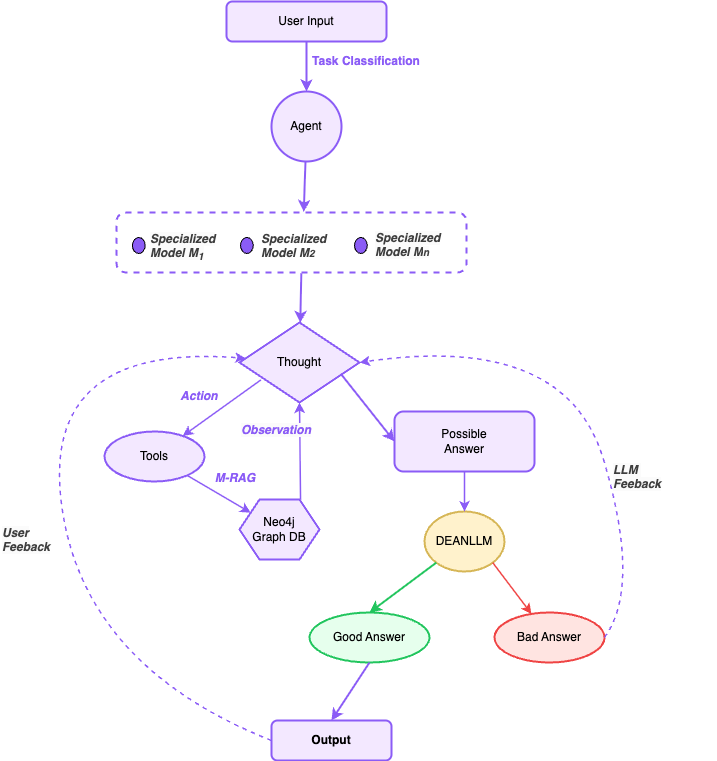
Earlier version of the draw.io export workflow.png (SALT-Lab-Human-AI/project-check-point-1-aidee). Source tidied: cells renumbered, new cells last; positions are measured from the earlier drawing's top-left corner, leaving out a move shared by most shapes. The source it was exported from:
```xml
<mxGraphModel>
  <root>
    <mxCell id="0" />
    <mxCell id="1" parent="0" />
    <mxCell id="2" value="User Input" style="rounded=1;whiteSpace=wrap;html=1;strokeWidth=2;fillColor=#F3E8FF;strokeColor=#8B5CF6;" parent="1" vertex="1">
      <mxGeometry x="226" width="160" height="40" as="geometry" />
    </mxCell>
    <mxCell id="3" value="&lt;b&gt;Task Classification&lt;/b&gt;" style="text;html=1;strokeColor=none;fillColor=none;align=center;verticalAlign=middle;whiteSpace=wrap;rounded=0;fontColor=#8B5CF6;" parent="1" vertex="1">
      <mxGeometry x="286" y="50" width="160" height="20" as="geometry" />
    </mxCell>
    <mxCell id="4" value="Agent" style="ellipse;whiteSpace=wrap;html=1;strokeWidth=2;fillColor=#F3E8FF;strokeColor=#8B5CF6;" parent="1" vertex="1">
      <mxGeometry x="271" y="90" width="70" height="70" as="geometry" />
    </mxCell>
    <mxCell id="5" style="group;rounded=1;whiteSpace=wrap;html=1;strokeWidth=2;fillColor=none;strokeColor=#8B5CF6;dashed=1;" parent="1" vertex="1">
      <mxGeometry x="116" y="211" width="350" height="60" as="geometry" />
    </mxCell>
    <mxCell id="6" style="ellipse;whiteSpace=wrap;html=1;strokeWidth=1;fillColor=#8B5CF6;" parent="5" vertex="1">
      <mxGeometry x="15.9" y="25" width="12.7" height="16" as="geometry" />
    </mxCell>
    <mxCell id="7" style="ellipse;whiteSpace=wrap;html=1;strokeWidth=1;fillColor=#8B5CF6;" parent="5" vertex="1">
      <mxGeometry x="124" y="25" width="12.7" height="16" as="geometry" />
    </mxCell>
    <mxCell id="8" style="ellipse;whiteSpace=wrap;html=1;strokeWidth=1;fillColor=#8B5CF6;" parent="5" vertex="1">
      <mxGeometry x="238" y="25" width="12.7" height="16" as="geometry" />
    </mxCell>
    <mxCell id="9" value="&lt;span style=&quot;forced-color-adjust: none; color: rgb(139, 92, 246); scrollbar-color: rgb(226, 226, 226) rgb(251, 251, 251); font-family: Helvetica; font-size: 12px; font-variant-ligatures: normal; font-variant-caps: normal; font-weight: 400; letter-spacing: normal; orphans: 2; text-indent: 0px; text-transform: none; widows: 2; word-spacing: 0px; -webkit-text-stroke-width: 0px; white-space: normal; text-decoration-thickness: initial; text-decoration-style: initial; text-decoration-color: initial; font-style: italic; text-align: center; background-color: rgb(251, 251, 251); float: none; display: inline !important;&quot;&gt;&lt;b style=&quot;forced-color-adjust: none; color: rgb(63, 63, 63); scrollbar-color: rgb(226, 226, 226) rgb(251, 251, 251);&quot;&gt;Specialized Model M&lt;sub&gt;1&lt;/sub&gt;&lt;/b&gt;&lt;/span&gt;" style="text;whiteSpace=wrap;html=1;" parent="5" vertex="1">
      <mxGeometry x="31.8" y="13" width="79.5" height="40" as="geometry" />
    </mxCell>
    <mxCell id="10" value="&lt;b style=&quot;forced-color-adjust: none; color: rgb(63, 63, 63); scrollbar-color: rgb(226, 226, 226) rgb(251, 251, 251); font-family: Helvetica; font-size: 12px; font-style: italic; font-variant-ligatures: normal; font-variant-caps: normal; letter-spacing: normal; orphans: 2; text-align: center; text-indent: 0px; text-transform: none; widows: 2; word-spacing: 0px; -webkit-text-stroke-width: 0px; white-space: normal; text-decoration-thickness: initial; text-decoration-style: initial; text-decoration-color: initial;&quot;&gt;Specialized Model M&lt;/b&gt;&lt;b style=&quot;forced-color-adjust: none; color: rgb(63, 63, 63); scrollbar-color: rgb(226, 226, 226) rgb(251, 251, 251); font-family: Helvetica; font-style: italic; font-variant-ligatures: normal; font-variant-caps: normal; letter-spacing: normal; orphans: 2; text-align: center; text-indent: 0px; text-transform: none; widows: 2; word-spacing: 0px; -webkit-text-stroke-width: 0px; white-space: normal; text-decoration-thickness: initial; text-decoration-style: initial; text-decoration-color: initial; font-size: 10px;&quot;&gt;2&lt;/b&gt;" style="text;whiteSpace=wrap;html=1;" parent="5" vertex="1">
      <mxGeometry x="143.2" y="13" width="59.7" height="40" as="geometry" />
    </mxCell>
    <mxCell id="11" value="&lt;b style=&quot;forced-color-adjust: none; color: light-dark(rgb(63, 63, 63), rgb(183, 183, 183)); scrollbar-color: rgb(226, 226, 226) rgb(251, 251, 251); font-family: Helvetica; font-size: 12px; font-variant-ligatures: normal; font-variant-caps: normal; letter-spacing: normal; orphans: 2; text-indent: 0px; text-transform: none; widows: 2; word-spacing: 0px; -webkit-text-stroke-width: 0px; white-space: normal; background-color: rgb(251, 251, 251); text-decoration-thickness: initial; text-decoration-style: initial; text-decoration-color: initial; font-style: italic; text-align: center;&quot;&gt;Specialized Model M&lt;/b&gt;&lt;b style=&quot;forced-color-adjust: none; color: light-dark(rgb(63, 63, 63), rgb(183, 183, 183)); scrollbar-color: rgb(226, 226, 226) rgb(251, 251, 251); font-family: Helvetica; font-variant-ligatures: normal; font-variant-caps: normal; letter-spacing: normal; orphans: 2; text-indent: 0px; text-transform: none; widows: 2; word-spacing: 0px; -webkit-text-stroke-width: 0px; white-space: normal; background-color: rgb(251, 251, 251); text-decoration-thickness: initial; text-decoration-style: initial; text-decoration-color: initial; font-style: italic; text-align: center; font-size: 10px;&quot;&gt;n&lt;/b&gt;" style="text;whiteSpace=wrap;html=1;" parent="5" vertex="1">
      <mxGeometry x="257" y="12" width="64.6" height="36" as="geometry" />
    </mxCell>
    <mxCell id="12" value="Thought" style="rhombus;whiteSpace=wrap;html=1;strokeWidth=2;fillColor=#F3E8FF;strokeColor=#8B5CF6;" parent="1" vertex="1">
      <mxGeometry x="239" y="321" width="120" height="80" as="geometry" />
    </mxCell>
    <mxCell id="13" value="&lt;b&gt;Action&lt;/b&gt;" style="text;html=1;strokeColor=none;fillColor=none;align=center;verticalAlign=middle;whiteSpace=wrap;rounded=0;fontColor=#8B5CF6;fontStyle=2;" parent="1" vertex="1">
      <mxGeometry x="174" y="385" width="50" height="20" as="geometry" />
    </mxCell>
    <mxCell id="14" value="Tools" style="ellipse;whiteSpace=wrap;html=1;strokeWidth=2;fillColor=#F3E8FF;strokeColor=#8B5CF6;" parent="1" vertex="1">
      <mxGeometry x="104" y="430" width="100" height="50" as="geometry" />
    </mxCell>
    <mxCell id="15" value="Neo4j&#10;Graph DB" style="shape=hexagon;perimeter=hexagonPerimeter2;whiteSpace=wrap;html=1;fixedSize=1;strokeWidth=2;fillColor=#F3E8FF;strokeColor=#8B5CF6;" parent="1" vertex="1">
      <mxGeometry x="239" y="498" width="80" height="60" as="geometry" />
    </mxCell>
    <mxCell id="16" value="Possible&#10;Answer" style="rounded=1;whiteSpace=wrap;html=1;strokeWidth=2;fillColor=#F3E8FF;strokeColor=#8B5CF6;" parent="1" vertex="1">
      <mxGeometry x="394" y="410" width="140" height="60" as="geometry" />
    </mxCell>
    <mxCell id="17" value="DEANLLM" style="ellipse;whiteSpace=wrap;html=1;strokeWidth=2;fillColor=#fff2cc;strokeColor=#d6b656;" parent="1" vertex="1">
      <mxGeometry x="424" y="510" width="80" height="60" as="geometry" />
    </mxCell>
    <mxCell id="18" value="Bad Answer" style="ellipse;whiteSpace=wrap;html=1;strokeWidth=2;fillColor=#FFE4E1;strokeColor=#EF4444;gradientColor=none;shadow=0;" parent="1" vertex="1">
      <mxGeometry x="494" y="611" width="110" height="50" as="geometry" />
    </mxCell>
    <mxCell id="19" value="Good Answer" style="ellipse;whiteSpace=wrap;html=1;strokeWidth=2;fillColor=#E6FFED;strokeColor=#22C55E;" parent="1" vertex="1">
      <mxGeometry x="309" y="611" width="120" height="50" as="geometry" />
    </mxCell>
    <mxCell id="20" value="Output" style="rounded=1;whiteSpace=wrap;html=1;strokeWidth=2;fillColor=#F3E8FF;strokeColor=#8B5CF6;fontStyle=1;" parent="1" vertex="1">
      <mxGeometry x="271" y="719" width="120" height="40" as="geometry" />
    </mxCell>
    <mxCell id="21" style="endArrow=classic;strokeWidth=2;strokeColor=#8B5CF6;" parent="1" edge="1" source="2" target="4">
      <mxGeometry relative="1" as="geometry" />
    </mxCell>
    <mxCell id="22" style="endArrow=classic;strokeWidth=2;strokeColor=#8B5CF6;entryX=0.535;entryY=-0.008;entryDx=0;entryDy=0;entryPerimeter=0;" parent="1" edge="1" source="4" target="5">
      <mxGeometry relative="1" as="geometry" />
    </mxCell>
    <mxCell id="23" style="endArrow=classic;strokeWidth=2;strokeColor=#8B5CF6;exitX=0.528;exitY=1.012;exitDx=0;exitDy=0;exitPerimeter=0;" parent="1" edge="1" source="5" target="12">
      <mxGeometry relative="1" as="geometry" />
    </mxCell>
    <mxCell id="24" style="endArrow=classic;strokeWidth=1.5;strokeColor=#8B5CF6;exitX=0.177;exitY=0.719;exitDx=0;exitDy=0;exitPerimeter=0;" parent="1" edge="1" source="12" target="14">
      <mxGeometry relative="1" as="geometry" />
    </mxCell>
    <mxCell id="25" style="endArrow=classic;strokeWidth=1.5;strokeColor=#8B5CF6;" parent="1" edge="1" source="14" target="15">
      <mxGeometry relative="1" as="geometry" />
    </mxCell>
    <mxCell id="26" style="endArrow=classic;strokeWidth=1.5;strokeColor=#8B5CF6;" parent="1" edge="1" source="16" target="17">
      <mxGeometry relative="1" as="geometry" />
    </mxCell>
    <mxCell id="27" style="endArrow=classic;strokeWidth=1.5;strokeColor=#EF4444;exitX=1;exitY=1;exitDx=0;exitDy=0;" parent="1" edge="1" source="17" target="18">
      <mxGeometry relative="1" as="geometry" />
    </mxCell>
    <mxCell id="28" style="endArrow=classic;strokeWidth=1.5;strokeColor=#8B5CF6;dashed=1;curved=1;exitX=0;exitY=0.5;exitDx=0;exitDy=0;" parent="1" edge="1" source="20" target="12">
      <mxGeometry relative="1" as="geometry">
        <Array as="points">
          <mxPoint x="82" y="664" />
          <mxPoint x="40" y="341" />
        </Array>
      </mxGeometry>
    </mxCell>
    <mxCell id="29" value="&lt;b&gt;M-RAG&lt;/b&gt;" style="text;html=1;strokeColor=none;fillColor=none;align=center;verticalAlign=middle;whiteSpace=wrap;rounded=0;fontColor=#8B5CF6;fontStyle=2;" parent="1" vertex="1">
      <mxGeometry x="210" y="467" width="50" height="20" as="geometry" />
    </mxCell>
    <mxCell id="30" style="endArrow=classic;strokeWidth=1.5;strokeColor=#8B5CF6;entryX=0.5;entryY=1;entryDx=0;entryDy=0;exitX=0.763;exitY=0;exitDx=0;exitDy=0;exitPerimeter=0;" parent="1" edge="1" source="15" target="12">
      <mxGeometry relative="1" as="geometry" />
    </mxCell>
    <mxCell id="31" value="&lt;span style=&quot;color: rgb(139, 92, 246); font-family: Helvetica; font-size: 12px; font-style: italic; font-variant-ligatures: normal; font-variant-caps: normal; letter-spacing: normal; orphans: 2; text-align: center; text-indent: 0px; text-transform: none; widows: 2; word-spacing: 0px; -webkit-text-stroke-width: 0px; white-space: normal; background-color: rgb(251, 251, 251); text-decoration-thickness: initial; text-decoration-style: initial; text-decoration-color: initial; float: none; display: inline !important;&quot;&gt;&lt;b&gt;Observation&lt;/b&gt;&lt;/span&gt;&lt;div&gt;&lt;span style=&quot;color: rgb(139, 92, 246); font-family: Helvetica; font-size: 12px; font-style: italic; font-variant-ligatures: normal; font-variant-caps: normal; font-weight: 400; letter-spacing: normal; orphans: 2; text-align: center; text-indent: 0px; text-transform: none; widows: 2; word-spacing: 0px; -webkit-text-stroke-width: 0px; white-space: normal; background-color: rgb(251, 251, 251); text-decoration-thickness: initial; text-decoration-style: initial; text-decoration-color: initial; float: none; display: inline !important;&quot;&gt;&lt;br&gt;&lt;/span&gt;&lt;/div&gt;" style="text;whiteSpace=wrap;html=1;" parent="1" vertex="1">
      <mxGeometry x="239" y="415" width="70" height="40" as="geometry" />
    </mxCell>
    <mxCell id="32" style="endArrow=classic;strokeWidth=2;strokeColor=#8B5CF6;exitX=0.844;exitY=0.641;exitDx=0;exitDy=0;entryX=0;entryY=0.5;entryDx=0;entryDy=0;exitPerimeter=0;" parent="1" edge="1" source="12" target="16">
      <mxGeometry relative="1" as="geometry" />
    </mxCell>
    <mxCell id="33" style="endArrow=classic;strokeWidth=2;strokeColor=#22C55E;entryX=0.5;entryY=0;entryDx=0;entryDy=0;exitX=0;exitY=1;exitDx=0;exitDy=0;" parent="1" edge="1" source="17" target="19">
      <mxGeometry relative="1" as="geometry" />
    </mxCell>
    <mxCell id="34" style="endArrow=classic;strokeWidth=2;strokeColor=#8B5CF6;exitX=0.5;exitY=1;exitDx=0;exitDy=0;entryX=0.5;entryY=0;entryDx=0;entryDy=0;" parent="1" edge="1" source="19" target="20">
      <mxGeometry relative="1" as="geometry" />
    </mxCell>
    <mxCell id="35" value="&lt;b style=&quot;forced-color-adjust: none; color: rgb(63, 63, 63); scrollbar-color: rgb(226, 226, 226) rgb(251, 251, 251); font-family: Helvetica; font-size: 12px; font-style: italic; font-variant-ligatures: normal; font-variant-caps: normal; letter-spacing: normal; orphans: 2; text-align: center; text-indent: 0px; text-transform: none; widows: 2; word-spacing: 0px; -webkit-text-stroke-width: 0px; white-space: normal; background-color: rgb(251, 251, 251); text-decoration-thickness: initial; text-decoration-style: initial; text-decoration-color: initial;&quot;&gt;User Feeback&lt;/b&gt;" style="text;whiteSpace=wrap;html=1;" parent="1" vertex="1">
      <mxGeometry y="518" width="65" height="36" as="geometry" />
    </mxCell>
    <mxCell id="36" style="endArrow=classic;strokeWidth=1.5;strokeColor=#8B5CF6;dashed=1;curved=1;exitX=1;exitY=0.5;exitDx=0;exitDy=0;entryX=1;entryY=0.5;entryDx=0;entryDy=0;" parent="1" edge="1" source="18" target="12">
      <mxGeometry relative="1" as="geometry">
        <Array as="points">
          <mxPoint x="641" y="585" />
          <mxPoint x="565" y="331" />
        </Array>
      </mxGeometry>
    </mxCell>
    <mxCell id="37" value="&lt;b style=&quot;forced-color-adjust: none; color: rgb(63, 63, 63); scrollbar-color: rgb(226, 226, 226) rgb(251, 251, 251); font-family: Helvetica; font-size: 12px; font-variant-ligatures: normal; font-variant-caps: normal; letter-spacing: normal; orphans: 2; text-indent: 0px; text-transform: none; widows: 2; word-spacing: 0px; -webkit-text-stroke-width: 0px; white-space: normal; text-decoration-thickness: initial; text-decoration-style: initial; text-decoration-color: initial; font-style: italic; text-align: center; background-color: rgb(251, 251, 251);&quot;&gt;LLM&amp;nbsp;&lt;/b&gt;&lt;div&gt;&lt;b style=&quot;forced-color-adjust: none; color: rgb(63, 63, 63); scrollbar-color: rgb(226, 226, 226) rgb(251, 251, 251); font-family: Helvetica; font-size: 12px; font-variant-ligatures: normal; font-variant-caps: normal; letter-spacing: normal; orphans: 2; text-indent: 0px; text-transform: none; widows: 2; word-spacing: 0px; -webkit-text-stroke-width: 0px; white-space: normal; text-decoration-thickness: initial; text-decoration-style: initial; text-decoration-color: initial; font-style: italic; text-align: center; background-color: rgb(251, 251, 251);&quot;&gt;Feeback&lt;/b&gt;&lt;/div&gt;" style="text;whiteSpace=wrap;html=1;" parent="1" vertex="1">
      <mxGeometry x="611" y="455" width="106" height="36" as="geometry" />
    </mxCell>
  </root>
</mxGraphModel>
```
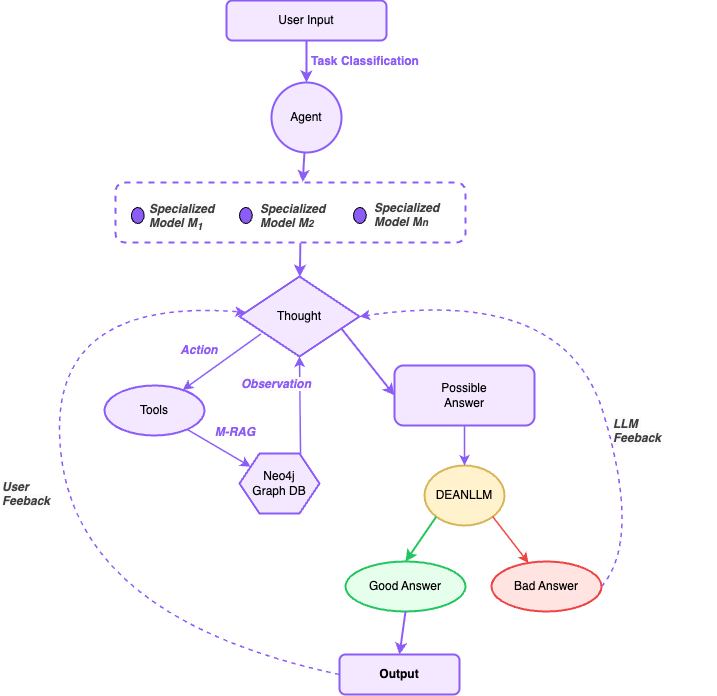
The same file after the commit.

The edit, as a diff of the source:
```diff
@@ -1,18 +1,18 @@
-<mxGraphModel>
+<mxGraphModel background="#FFFFFF">
   <root>
     <mxCell id="0" />
     <mxCell id="1" parent="0" />
     <mxCell id="2" value="User Input" style="rounded=1;whiteSpace=wrap;html=1;strokeWidth=2;fillColor=#F3E8FF;strokeColor=#8B5CF6;" parent="1" vertex="1">
-      <mxGeometry x="226" width="160" height="40" as="geometry" />
+      <mxGeometry x="226" y="45" width="160" height="40" as="geometry" />
     </mxCell>
     <mxCell id="3" value="&lt;b&gt;Task Classification&lt;/b&gt;" style="text;html=1;strokeColor=none;fillColor=none;align=center;verticalAlign=middle;whiteSpace=wrap;rounded=0;fontColor=#8B5CF6;" parent="1" vertex="1">
-      <mxGeometry x="286" y="50" width="160" height="20" as="geometry" />
+      <mxGeometry x="285" y="96" width="160" height="20" as="geometry" />
     </mxCell>
     <mxCell id="4" value="Agent" style="ellipse;whiteSpace=wrap;html=1;strokeWidth=2;fillColor=#F3E8FF;strokeColor=#8B5CF6;" parent="1" vertex="1">
-      <mxGeometry x="271" y="90" width="70" height="70" as="geometry" />
+      <mxGeometry x="271" y="127" width="70" height="70" as="geometry" />
     </mxCell>
     <mxCell id="5" style="group;rounded=1;whiteSpace=wrap;html=1;strokeWidth=2;fillColor=none;strokeColor=#8B5CF6;dashed=1;" parent="1" vertex="1">
-      <mxGeometry x="116" y="211" width="350" height="60" as="geometry" />
+      <mxGeometry x="115" y="227" width="350" height="60" as="geometry" />
     </mxCell>
     <mxCell id="6" style="ellipse;whiteSpace=wrap;html=1;strokeWidth=1;fillColor=#8B5CF6;" parent="5" vertex="1">
       <mxGeometry x="15.9" y="25" width="12.7" height="16" as="geometry" />
@@ -51,13 +51,13 @@
       <mxGeometry x="424" y="510" width="80" height="60" as="geometry" />
     </mxCell>
     <mxCell id="18" value="Bad Answer" style="ellipse;whiteSpace=wrap;html=1;strokeWidth=2;fillColor=#FFE4E1;strokeColor=#EF4444;gradientColor=none;shadow=0;" parent="1" vertex="1">
-      <mxGeometry x="494" y="611" width="110" height="50" as="geometry" />
+      <mxGeometry x="491" y="606" width="110" height="50" as="geometry" />
     </mxCell>
     <mxCell id="19" value="Good Answer" style="ellipse;whiteSpace=wrap;html=1;strokeWidth=2;fillColor=#E6FFED;strokeColor=#22C55E;" parent="1" vertex="1">
-      <mxGeometry x="309" y="611" width="120" height="50" as="geometry" />
+      <mxGeometry x="345" y="606" width="120" height="50" as="geometry" />
     </mxCell>
     <mxCell id="20" value="Output" style="rounded=1;whiteSpace=wrap;html=1;strokeWidth=2;fillColor=#F3E8FF;strokeColor=#8B5CF6;fontStyle=1;" parent="1" vertex="1">
-      <mxGeometry x="271" y="719" width="120" height="40" as="geometry" />
+      <mxGeometry x="339" y="699" width="120" height="40" as="geometry" />
     </mxCell>
     <mxCell id="21" style="endArrow=classic;strokeWidth=2;strokeColor=#8B5CF6;" parent="1" edge="1" source="2" target="4">
       <mxGeometry relative="1" as="geometry" />
```
